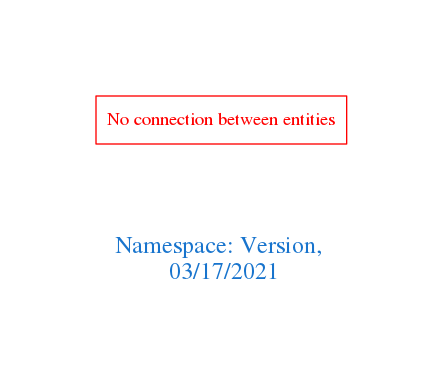
Above: downloads/Version.png in arago/OGIT (Graphviz), before the change. Its source is kept beside it as downloads/Version.dot.
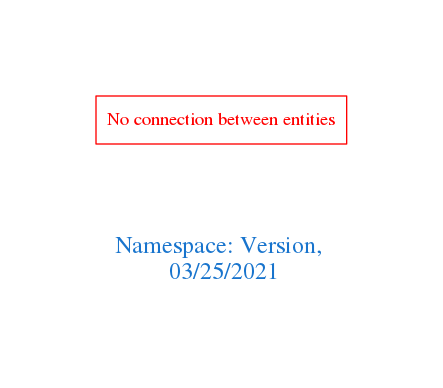
The same diagram one commit later.

Change to the diagram source:
```diff
@@ -1,7 +1,7 @@
 digraph OGIT_ontology {
  graph [ rankdir= LR,pad=1
 fontsize = 18,
-fontcolor= dodgerblue3,label = "\n\n\nNamespace: Version, \n 03/17/2021"];
+fontcolor= dodgerblue3,label = "\n\n\nNamespace: Version, \n 03/25/2021"];
 node[shape=polygon];
 edge [  color="gray81"];
 
```
